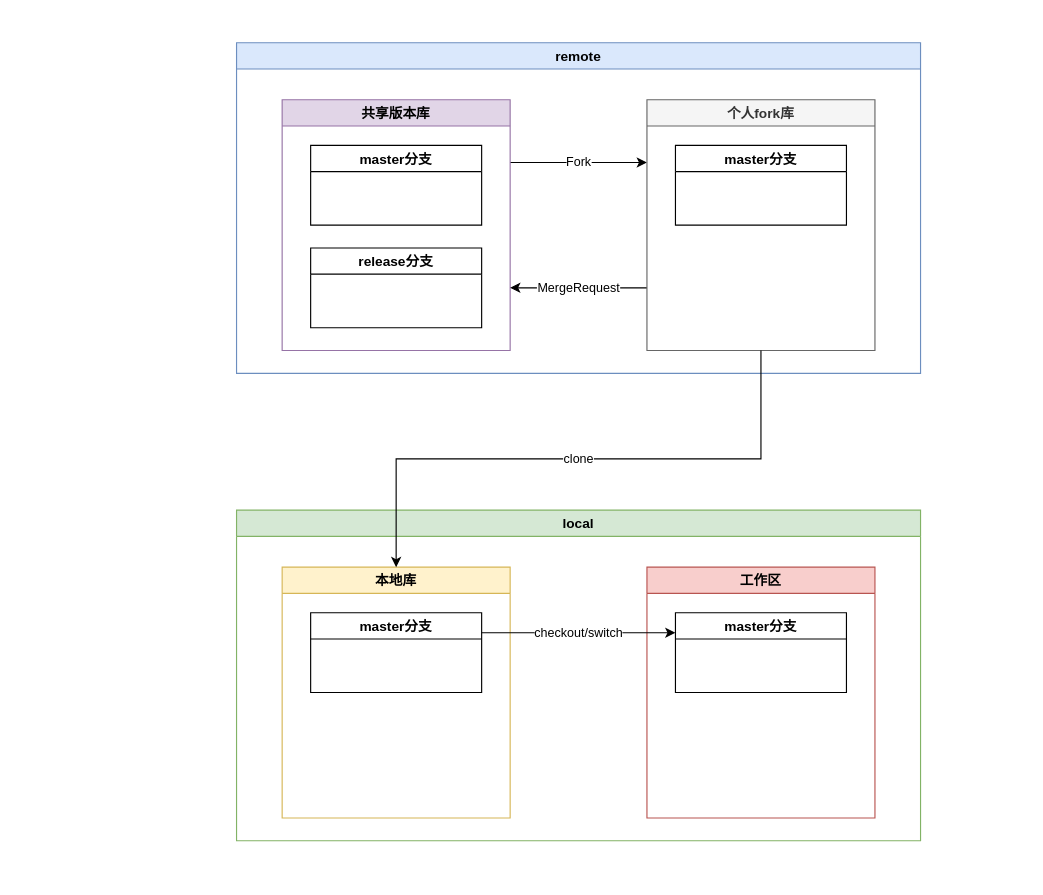
Before: git图文教程.drawio in Dercury/CLDK, a draw.io diagram. Source tidied: cells renumbered, new cells numbered last; positions are measured from the earlier drawing's top-left corner, leaving out a move shared by most shapes. Both pictures are drawn from the tidied source at 114%, with x=0, y=0 at pixel (236, 42).
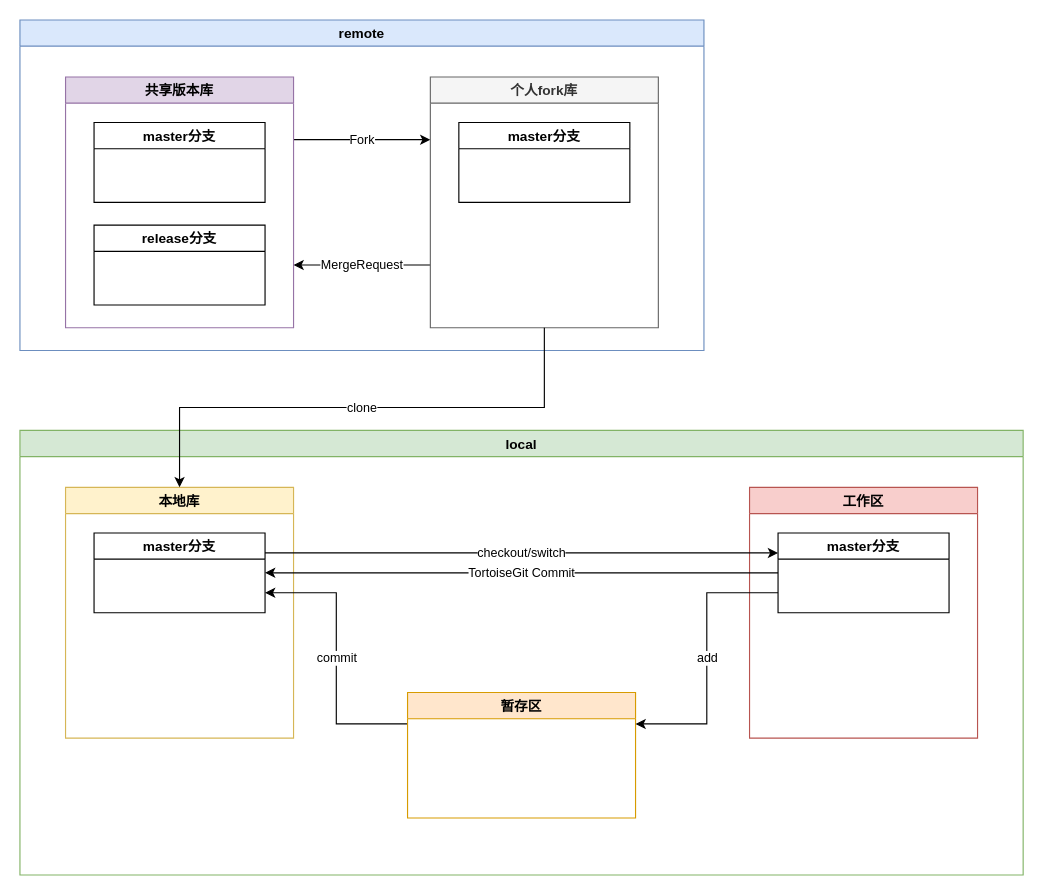
Above is the later version.

Commit message (it also covers changes not shown here):
更新git图文教程.drawio

Unchanged cells that the change refers to:
```xml
<mxCell id="12" value="master分支" style="swimlane;" parent="11" vertex="1">
  <mxGeometry x="25" y="40" width="150" height="70" as="geometry" />
</mxCell>
<mxCell id="14" value="master分支" style="swimlane;" parent="13" vertex="1">
  <mxGeometry x="25" y="40" width="150" height="70" as="geometry" />
</mxCell>
```

Diff of the diagram source:
```diff
@@
     <mxCell id="2" value="remote" style="swimlane;fillColor=#dae8fc;strokeColor=#6c8ebf;" parent="1" vertex="1">
-      <mxGeometry width="600" height="290" as="geometry" />
+      <mxGeometry x="-190" y="-20" width="600" height="290" as="geometry" />
     </mxCell>
@@
     <mxCell id="10" value="local" style="swimlane;fillColor=#d5e8d4;strokeColor=#82b366;" parent="1" vertex="1">
-      <mxGeometry y="410" width="600" height="290" as="geometry" />
+      <mxGeometry x="-190" y="340" width="880" height="390" as="geometry" />
     </mxCell>
@@
     <mxCell id="13" value="工作区" style="swimlane;fillColor=#f8cecc;strokeColor=#b85450;" parent="10" vertex="1">
-      <mxGeometry x="360" y="50" width="200" height="220" as="geometry" />
+      <mxGeometry x="640" y="50" width="200" height="220" as="geometry" />
     </mxCell>
@@
+    <mxCell id="17" value="commit" style="edgeStyle=orthogonalEdgeStyle;rounded=0;jettySize=auto;html=1;exitX=0;exitY=0.25;exitDx=0;exitDy=0;entryX=1;entryY=0.75;entryDx=0;entryDy=0;" parent="10" edge="1" source="18" target="12">
+      <mxGeometry relative="1" as="geometry" />
+    </mxCell>
+    <mxCell id="18" value="暂存区" style="swimlane;fillColor=#ffe6cc;strokeColor=#d79b00;" parent="10" vertex="1">
+      <mxGeometry x="340" y="230" width="200" height="110" as="geometry" />
+    </mxCell>
+    <mxCell id="19" value="add" style="edgeStyle=orthogonalEdgeStyle;rounded=0;jettySize=auto;html=1;exitX=0;exitY=0.75;exitDx=0;exitDy=0;entryX=1;entryY=0.25;entryDx=0;entryDy=0;" parent="10" edge="1" source="14" target="18">
+      <mxGeometry relative="1" as="geometry" />
+    </mxCell>
+    <mxCell id="20" value="TortoiseGit Commit" style="edgeStyle=orthogonalEdgeStyle;rounded=0;jettySize=auto;html=1;exitX=0;exitY=0.5;exitDx=0;exitDy=0;entryX=1;entryY=0.5;entryDx=0;entryDy=0;" parent="10" edge="1" source="14" target="12">
+      <mxGeometry relative="1" as="geometry" />
+    </mxCell>
```
